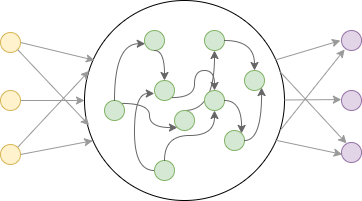
Earlier version of the draw.io export img/RNN_structure.png (NN4Neurosim/nn4n). Source tidied: cells renumbered, new cells last; positions are measured from the earlier drawing's top-left corner, leaving out a move shared by most shapes.
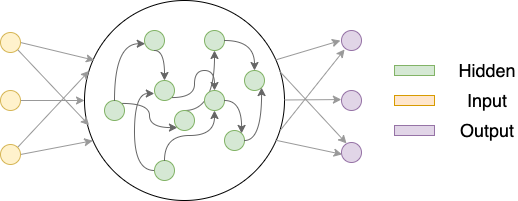
Later version of the same file.

What changed in the source:
```diff
@@ -120,5 +120,23 @@
     <mxCell id="37" style="ellipse;whiteSpace=wrap;html=1;fillColor=#e1d5e7;strokeColor=#9673a6;" parent="1" vertex="1">
       <mxGeometry x="341" y="30" width="20" height="20" as="geometry" />
     </mxCell>
+    <mxCell id="38" value="Hidden" style="text;html=1;strokeColor=none;fillColor=none;align=center;verticalAlign=middle;whiteSpace=wrap;rounded=0;fontSize=18;" parent="1" vertex="1">
+      <mxGeometry x="457" y="55" width="60" height="30" as="geometry" />
+    </mxCell>
+    <mxCell id="39" style="rounded=0;whiteSpace=wrap;html=1;fillColor=#d5e8d4;strokeColor=#82b366;fontSize=18;" parent="1" vertex="1">
+      <mxGeometry x="394" y="65" width="40" height="10" as="geometry" />
+    </mxCell>
+    <mxCell id="40" style="rounded=0;whiteSpace=wrap;html=1;fillColor=#ffe6cc;strokeColor=#d79b00;fontSize=18;" parent="1" vertex="1">
+      <mxGeometry x="394" y="95" width="40" height="10" as="geometry" />
+    </mxCell>
+    <mxCell id="41" value="Output" style="text;html=1;strokeColor=none;fillColor=none;align=center;verticalAlign=middle;whiteSpace=wrap;rounded=0;fontSize=18;" parent="1" vertex="1">
+      <mxGeometry x="457" y="115" width="60" height="30" as="geometry" />
+    </mxCell>
+    <mxCell id="42" style="rounded=0;whiteSpace=wrap;html=1;fillColor=#e1d5e7;strokeColor=#9673a6;fontSize=18;" parent="1" vertex="1">
+      <mxGeometry x="394" y="125" width="40" height="10" as="geometry" />
+    </mxCell>
+    <mxCell id="43" value="Input" style="text;html=1;strokeColor=none;fillColor=none;align=center;verticalAlign=middle;whiteSpace=wrap;rounded=0;fontSize=18;" parent="1" vertex="1">
+      <mxGeometry x="457" y="85" width="60" height="30" as="geometry" />
+    </mxCell>
   </root>
 </mxGraphModel>
```
